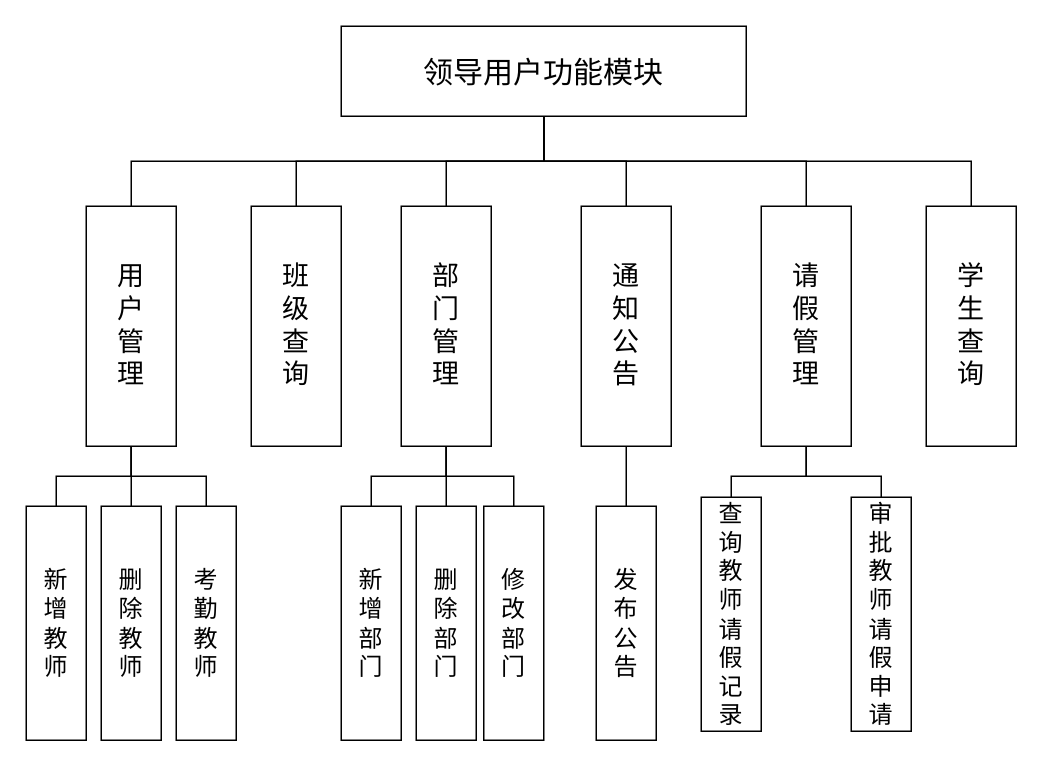
yuglei/design keeps this draw.io diagram as page "领导用户子系统功能模块" (21 of 44) of 系统结构图.drawio. Above is the earlier version. Source tidied: cells renumbered, new cells numbered last; positions are measured from the earlier drawing's top-left corner, leaving out a move shared by most shapes. Both pictures are drawn from the tidied source at 150%, with x=0, y=0 at pixel (26, 26).
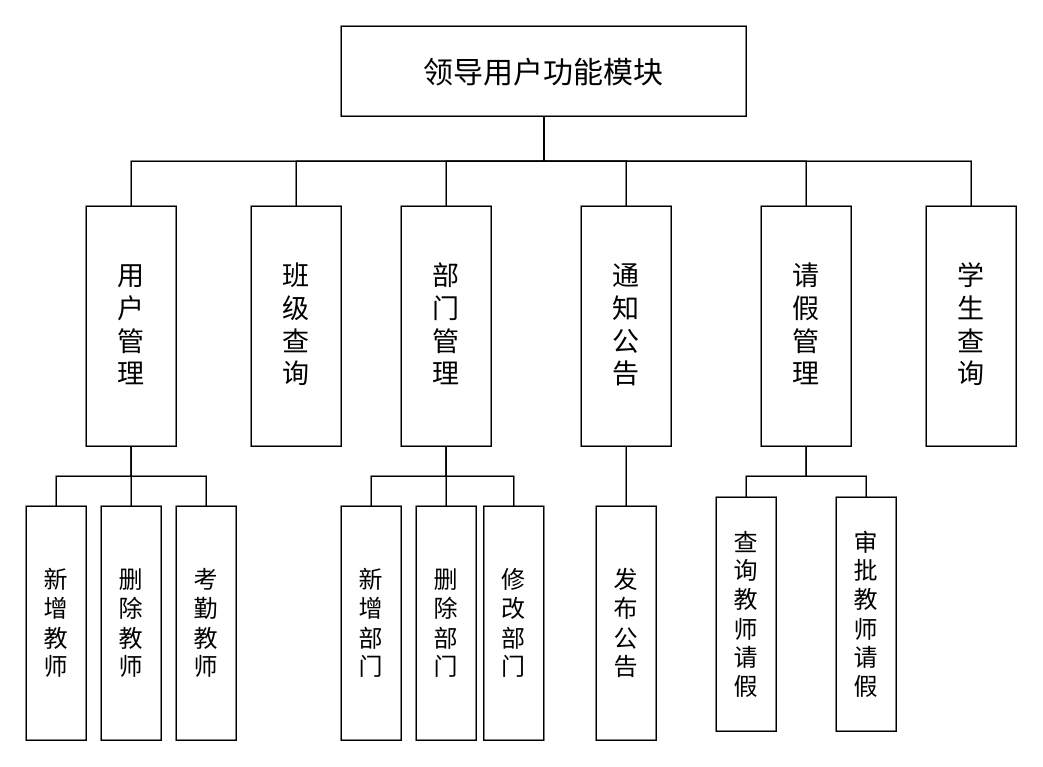
The same page after the edit.

Commit message (it also covers changes not shown here):
更新系统结构图.drawio

What changed in the source:
```diff
@@
-    <mxCell id="14" value="&lt;div style=&quot;font-size: 16px;&quot;&gt;查&lt;/div&gt;&lt;div style=&quot;font-size: 16px;&quot;&gt;询&lt;/div&gt;&lt;div style=&quot;font-size: 16px;&quot;&gt;教&lt;/div&gt;&lt;div style=&quot;font-size: 16px;&quot;&gt;师&lt;/div&gt;&lt;div style=&quot;font-size: 16px;&quot;&gt;请&lt;/div&gt;&lt;div style=&quot;font-size: 16px;&quot;&gt;假&lt;/div&gt;&lt;div style=&quot;font-size: 16px;&quot;&gt;记&lt;/div&gt;&lt;div style=&quot;font-size: 16px;&quot;&gt;录&lt;/div&gt;" style="rounded=0;whiteSpace=wrap;html=1;direction=south;" parent="1" vertex="1">
-      <mxGeometry x="450" y="314" width="40" height="156" as="geometry" />
+    <mxCell id="14" value="&lt;div style=&quot;font-size: 16px;&quot;&gt;查&lt;/div&gt;&lt;div style=&quot;font-size: 16px;&quot;&gt;询&lt;/div&gt;&lt;div style=&quot;font-size: 16px;&quot;&gt;教&lt;/div&gt;&lt;div style=&quot;font-size: 16px;&quot;&gt;师&lt;/div&gt;&lt;div style=&quot;font-size: 16px;&quot;&gt;请&lt;/div&gt;&lt;div style=&quot;font-size: 16px;&quot;&gt;假&lt;/div&gt;" style="rounded=0;whiteSpace=wrap;html=1;direction=south;" parent="1" vertex="1">
+      <mxGeometry x="460" y="314" width="40" height="156" as="geometry" />
     </mxCell>
-    <mxCell id="15" value="&lt;div style=&quot;font-size: 16px;&quot;&gt;审&lt;/div&gt;&lt;div style=&quot;font-size: 16px;&quot;&gt;批&lt;/div&gt;&lt;div style=&quot;font-size: 16px;&quot;&gt;教&lt;/div&gt;&lt;div style=&quot;font-size: 16px;&quot;&gt;师&lt;/div&gt;&lt;div style=&quot;font-size: 16px;&quot;&gt;请&lt;/div&gt;&lt;div style=&quot;font-size: 16px;&quot;&gt;假&lt;/div&gt;&lt;div style=&quot;font-size: 16px;&quot;&gt;申&lt;/div&gt;&lt;div style=&quot;font-size: 16px;&quot;&gt;请&lt;/div&gt;" style="rounded=0;whiteSpace=wrap;html=1;direction=south;" parent="1" vertex="1">
-      <mxGeometry x="550" y="314" width="40" height="156" as="geometry" />
+    <mxCell id="15" value="&lt;div style=&quot;font-size: 16px;&quot;&gt;审&lt;/div&gt;&lt;div style=&quot;font-size: 16px;&quot;&gt;批&lt;/div&gt;&lt;div style=&quot;font-size: 16px;&quot;&gt;教&lt;/div&gt;&lt;div style=&quot;font-size: 16px;&quot;&gt;师&lt;/div&gt;&lt;div style=&quot;font-size: 16px;&quot;&gt;请&lt;/div&gt;&lt;div style=&quot;font-size: 16px;&quot;&gt;假&lt;/div&gt;" style="rounded=0;whiteSpace=wrap;html=1;direction=south;" parent="1" vertex="1">
+      <mxGeometry x="540" y="314" width="40" height="156" as="geometry" />
     </mxCell>
```
